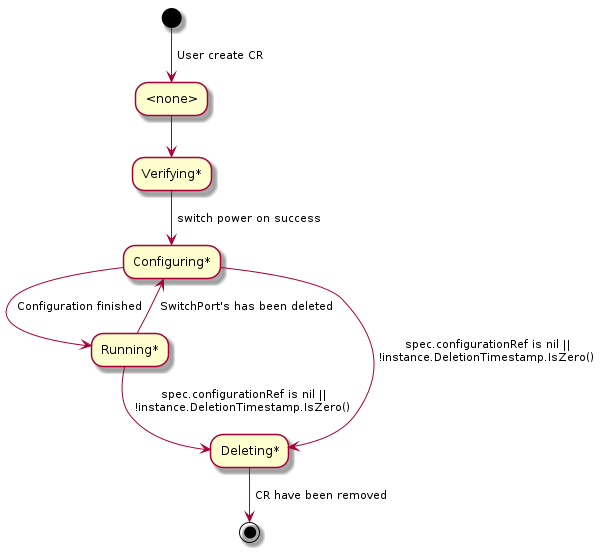
Earlier version of the PlantUML export docs/switch/switch-state.png (Hellcatlk/network-operator). Its source is kept beside it as docs/switch/switch-state.plantuml.
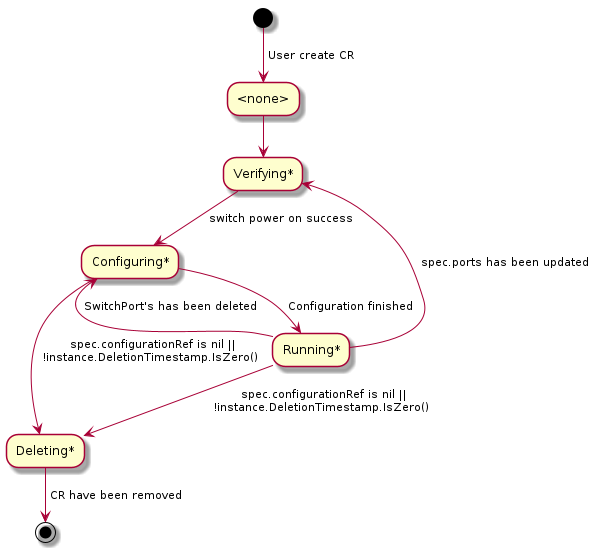
After the change.

Commit message:
Update doc for Switch controller

Diff of the diagram source:
```diff
@@ -9,6 +9,7 @@
 "Configuring*" --> [ Configuration finished ] "Running*"
 "Configuring*" --> [ spec.configurationRef is nil ||\n !instance.DeletionTimestamp.IsZero() ] "Deleting*"
 
+"Running*" --> [ spec.ports has been updated ] "Verifying*"
 "Running*" --> [ SwitchPort's has been deleted ] "Configuring*"
 "Running*" --> [ spec.configurationRef is nil ||\n !instance.DeletionTimestamp.IsZero() ] "Deleting*"
 
```
